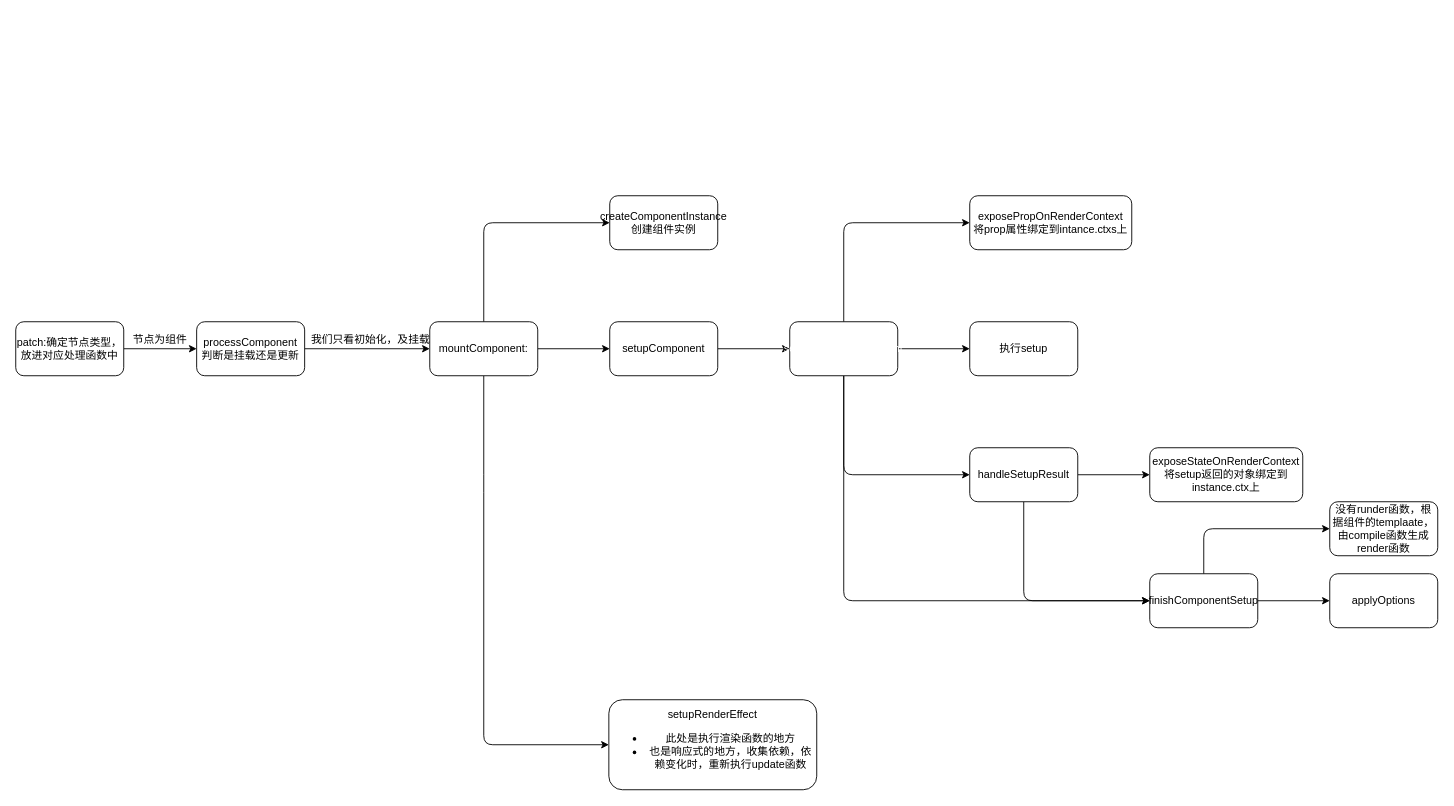
coder-how/hyvue keeps this draw.io diagram as note/组件初始化.drawio. Above is the earlier version. Source tidied: cells renumbered, new cells numbered last; positions are measured from the earlier drawing's top-left corner, leaving out a move shared by most shapes. Both pictures are drawn from the tidied source at 90%, with x=0, y=0 at pixel (15, 195).
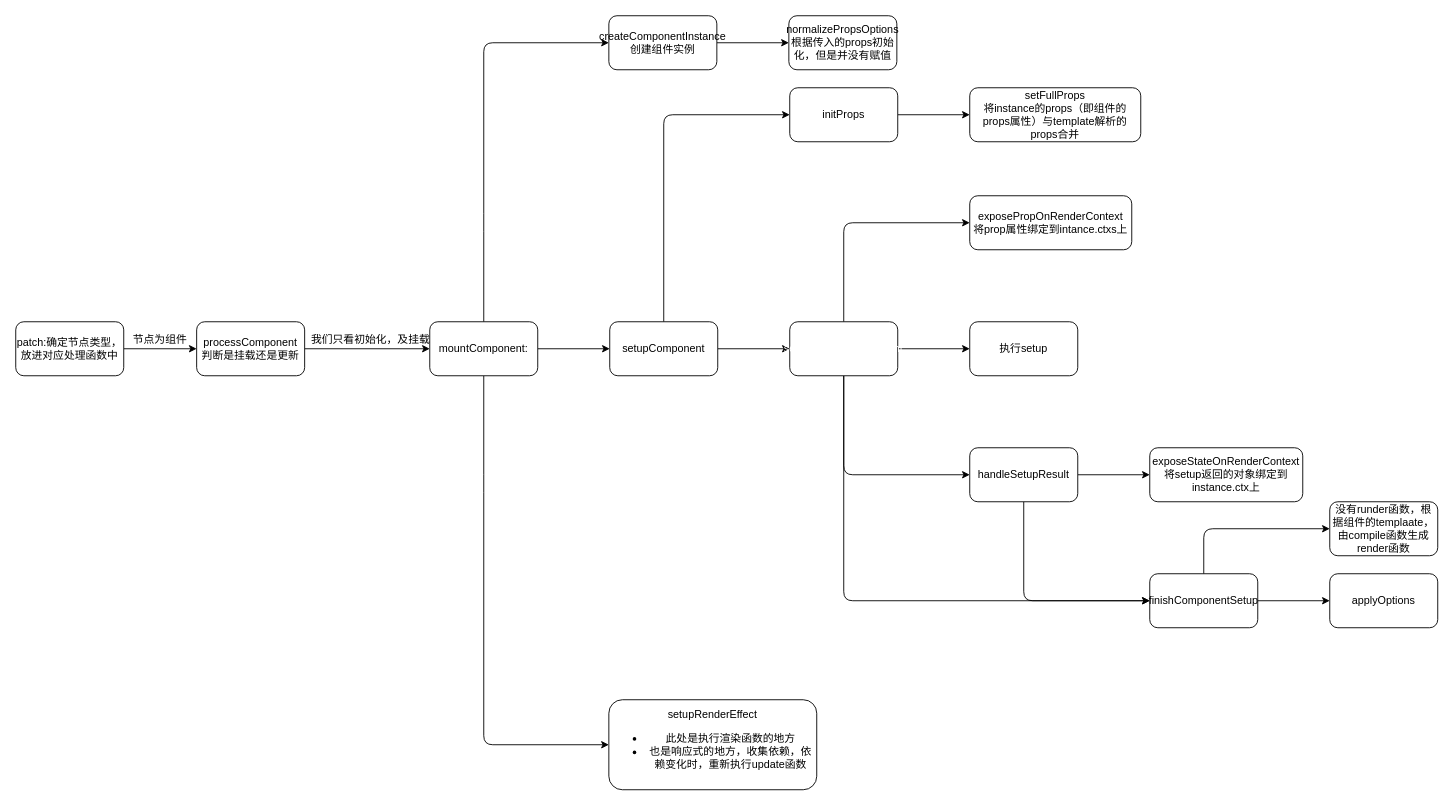
After the change.

Unchanged cells that the change refers to:
```xml
<mxCell id="10" value="mountComponent:" style="whiteSpace=wrap;html=1;rounded=1;fontFamily=Helvetica;" parent="1" vertex="1">
  <mxGeometry x="460" y="140" width="120" height="60" as="geometry" />
</mxCell>
<mxCell id="14" value="setupComponent" style="whiteSpace=wrap;html=1;rounded=1;" parent="1" vertex="1">
  <mxGeometry x="660" y="140" width="120" height="60" as="geometry" />
</mxCell>
```

Diff of the diagram source:
```diff
@@
     <mxCell id="7" style="edgeStyle=none;html=1;fontFamily=Helvetica;fontColor=none;" parent="1" edge="1" source="10" target="12">
       <mxGeometry relative="1" as="geometry">
         <Array as="points">
           <mxPoint x="520" y="30" />
+          <mxPoint x="520" y="-170" />
         </Array>
       </mxGeometry>
     </mxCell>
@@
+    <mxCell id="32" style="edgeStyle=none;html=1;" parent="1" edge="1" source="12" target="34">
+      <mxGeometry relative="1" as="geometry" />
+    </mxCell>
     <mxCell id="12" value="createComponentInstance&lt;br&gt;创建组件实例" style="whiteSpace=wrap;html=1;rounded=1;gradientColor=none;fillColor=default;" parent="1" vertex="1">
-      <mxGeometry x="660" width="120" height="60" as="geometry" />
+      <mxGeometry x="659" y="-200" width="120" height="60" as="geometry" />
     </mxCell>
@@
+    <mxCell id="33" style="edgeStyle=none;html=1;" parent="1" edge="1" source="14" target="36">
+      <mxGeometry relative="1" as="geometry">
+        <Array as="points">
+          <mxPoint x="720" y="-90" />
+        </Array>
+      </mxGeometry>
+    </mxCell>
@@
+    <mxCell id="34" value="normalizePropsOptions&lt;br&gt;根据传入的props初始化，但是并没有赋值" style="whiteSpace=wrap;html=1;rounded=1;gradientColor=none;" parent="1" vertex="1">
+      <mxGeometry x="859" y="-200" width="120" height="60" as="geometry" />
+    </mxCell>
+    <mxCell id="35" style="edgeStyle=none;html=1;" parent="1" edge="1" source="36" target="37">
+      <mxGeometry relative="1" as="geometry" />
+    </mxCell>
+    <mxCell id="36" value="initProps" style="whiteSpace=wrap;html=1;rounded=1;" parent="1" vertex="1">
+      <mxGeometry x="860" y="-120" width="120" height="60" as="geometry" />
+    </mxCell>
+    <mxCell id="37" value="setFullProps&lt;br&gt;将instance的props（即组件的props属性）与template解析的props合并" style="whiteSpace=wrap;html=1;rounded=1;" parent="1" vertex="1">
+      <mxGeometry x="1060" y="-120" width="190" height="60" as="geometry" />
+    </mxCell>
```
